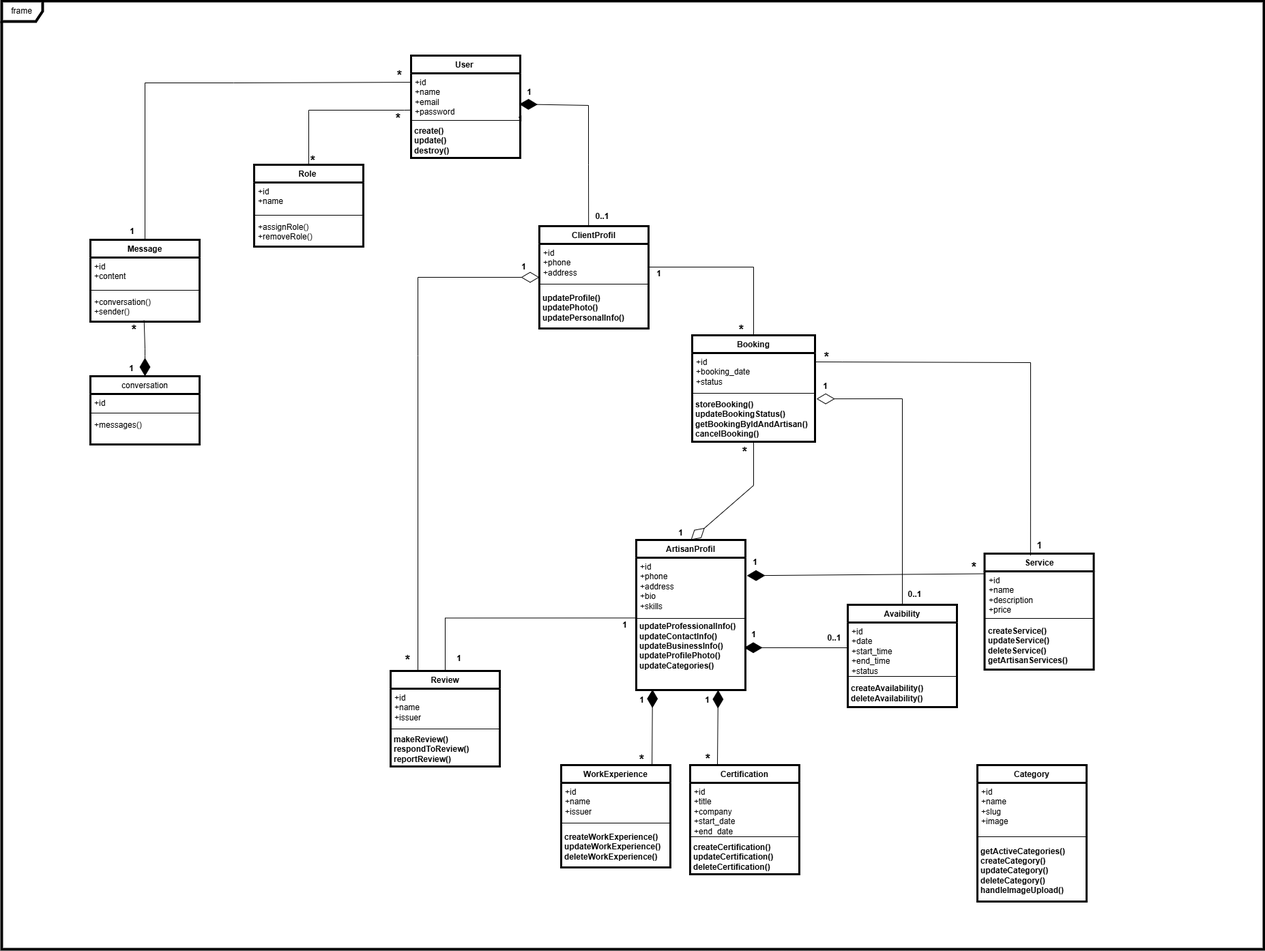
The draw.io diagram Documentation/Conception/Diagrammes UML/diagrammeClass.drawio.png in mohamedm999/TheMyArtisan, before a commit. Source tidied: cells renumbered, new cells last; positions are measured from the earlier drawing's top-left corner, leaving out a move shared by most shapes.
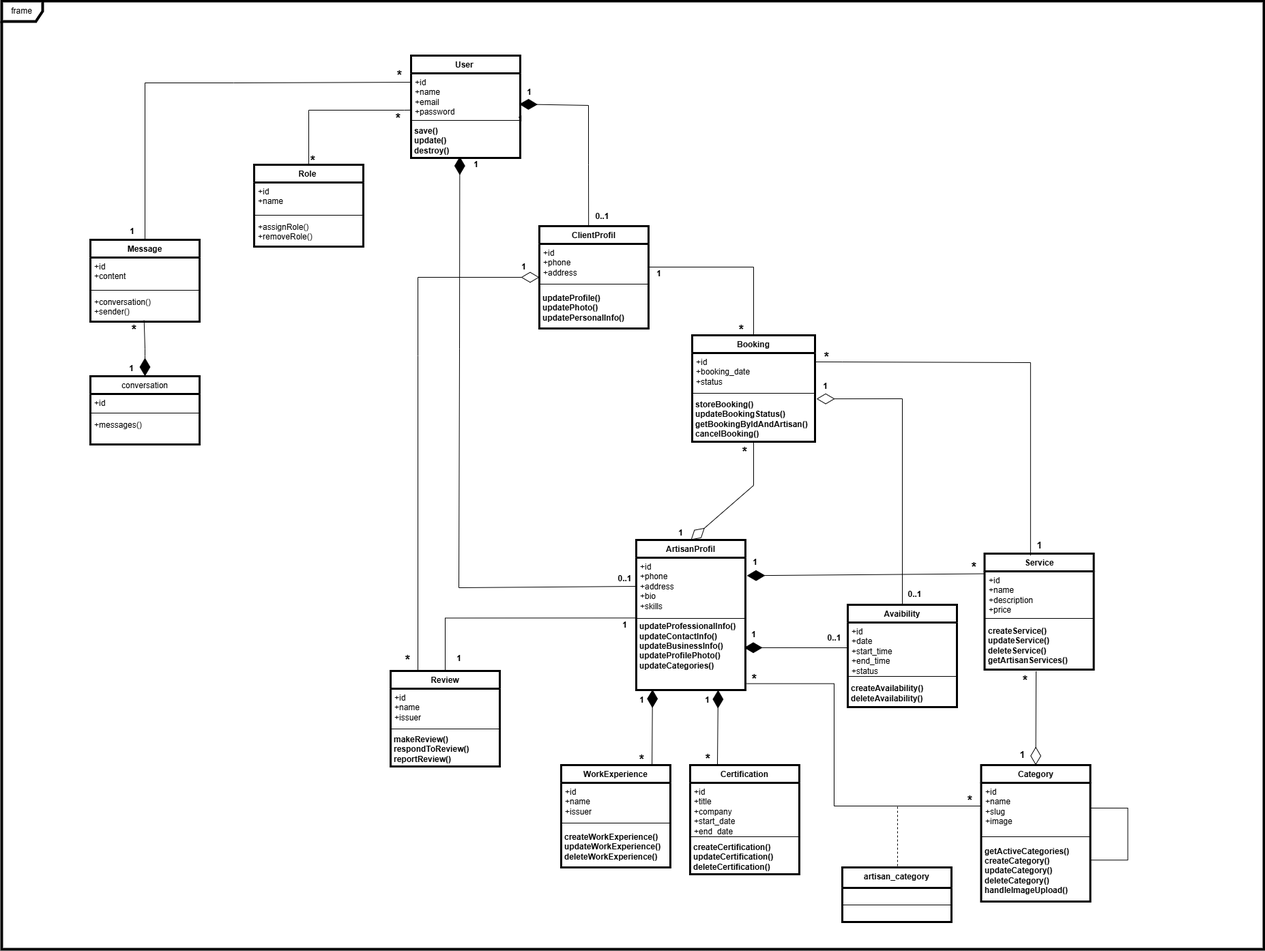
Above is the later version.

Change to the diagram source:
```diff
@@ -14,7 +14,7 @@
     <mxCell id="5" style="line;strokeWidth=1;fillColor=none;align=left;verticalAlign=middle;spacingTop=-1;spacingLeft=3;spacingRight=3;labelPosition=right;strokeColor=inherit;" parent="3" vertex="1">
       <mxGeometry y="90" width="160" height="10" as="geometry" />
     </mxCell>
-    <mxCell id="6" value="&lt;div&gt;create()&lt;/div&gt;&lt;div&gt;update()&lt;/div&gt;&lt;div&gt;destroy()&lt;/div&gt;" style="text;align=left;fontStyle=1;verticalAlign=middle;spacingLeft=3;spacingRight=3;strokeColor=none;points=[[0,0.5],[1,0.5]];portConstraint=eastwest;html=1;" parent="3" vertex="1">
+    <mxCell id="6" value="&lt;div&gt;save()&lt;/div&gt;&lt;div&gt;update()&lt;/div&gt;&lt;div&gt;destroy()&lt;/div&gt;" style="text;align=left;fontStyle=1;verticalAlign=middle;spacingLeft=3;spacingRight=3;strokeColor=none;points=[[0,0.5],[1,0.5]];portConstraint=eastwest;html=1;" parent="3" vertex="1">
       <mxGeometry y="100" width="160" height="50" as="geometry" />
     </mxCell>
     <mxCell id="7" value="Role&amp;nbsp;" style="swimlane;fontStyle=1;align=center;verticalAlign=top;horizontal=1;startSize=26;whiteSpace=wrap;html=1;strokeWidth=3;" parent="1" vertex="1">
@@ -328,7 +328,7 @@
       <mxGeometry x="748" y="124" width="50" height="20" as="geometry" />
     </mxCell>
     <mxCell id="94" value="Category" style="swimlane;fontStyle=1;align=center;verticalAlign=top;horizontal=1;startSize=26;whiteSpace=wrap;html=1;strokeWidth=3;" parent="1" vertex="1">
-      <mxGeometry x="1430" y="1120" width="160" height="200" as="geometry" />
+      <mxGeometry x="1435.5" y="1120" width="160" height="200" as="geometry" />
     </mxCell>
     <mxCell id="95" value="+id&amp;nbsp;&lt;div&gt;+name&lt;/div&gt;&lt;div&gt;+slug&lt;/div&gt;&lt;div&gt;+image&lt;/div&gt;" style="text;strokeColor=none;fillColor=none;align=left;verticalAlign=top;spacingLeft=4;spacingRight=4;overflow=hidden;points=[[0,0.5],[1,0.5]];portConstraint=eastwest;whiteSpace=wrap;html=1;" parent="94" vertex="1">
       <mxGeometry y="26" width="160" height="74" as="geometry" />
@@ -339,5 +339,63 @@
     <mxCell id="97" value="&lt;div&gt;getActiveCategories()&lt;/div&gt;&lt;div&gt;createCategory()&lt;/div&gt;&lt;div&gt;updateCategory()&lt;/div&gt;&lt;div&gt;deleteCategory()&lt;/div&gt;&lt;div&gt;handleImageUpload()&lt;/div&gt;" style="text;align=left;fontStyle=1;verticalAlign=middle;spacingLeft=3;spacingRight=3;strokeColor=none;points=[[0,0.5],[1,0.5]];portConstraint=eastwest;html=1;" parent="94" vertex="1">
       <mxGeometry y="110" width="160" height="90" as="geometry" />
     </mxCell>
+    <mxCell id="98" style="endArrow=none;html=1;edgeStyle=orthogonalEdgeStyle;rounded=0;exitX=1.004;exitY=0.325;exitDx=0;exitDy=0;exitPerimeter=0;entryX=1;entryY=0.5;entryDx=0;entryDy=0;" parent="94" edge="1" source="97" target="95">
+      <mxGeometry relative="1" as="geometry">
+        <Array as="points">
+          <mxPoint x="215" y="139" />
+          <mxPoint x="215" y="63" />
+        </Array>
+      </mxGeometry>
+    </mxCell>
+    <mxCell id="99" style="endArrow=diamondThin;endFill=0;endSize=24;html=1;rounded=0;exitX=0.472;exitY=1.035;exitDx=0;exitDy=0;exitPerimeter=0;entryX=0.5;entryY=0;entryDx=0;entryDy=0;" parent="1" edge="1" source="48" target="94">
+      <mxGeometry relative="1" as="geometry" />
+    </mxCell>
+    <mxCell id="100" value="*" style="text;align=center;fontStyle=1;verticalAlign=middle;spacingLeft=3;spacingRight=3;strokeColor=none;html=1;fontSize=19;" parent="1" vertex="1">
+      <mxGeometry x="1483" y="984" width="34" height="26" as="geometry" />
+    </mxCell>
+    <mxCell id="101" value="1" style="text;align=center;fontStyle=1;verticalAlign=middle;spacingLeft=3;spacingRight=3;strokeColor=none;html=1;fontSize=14;" parent="1" vertex="1">
+      <mxGeometry x="1483" y="1097" width="25" height="15" as="geometry" />
+    </mxCell>
+    <mxCell id="102" style="endArrow=none;html=1;edgeStyle=orthogonalEdgeStyle;rounded=0;fontSize=16;entryX=1.013;entryY=0.906;entryDx=0;entryDy=0;exitX=0;exitY=0.5;exitDx=0;exitDy=0;entryPerimeter=0;" parent="1" edge="1" source="95" target="31">
+      <mxGeometry relative="1" as="geometry">
+        <Array as="points">
+          <mxPoint x="1436" y="1180" />
+          <mxPoint x="1220" y="1180" />
+          <mxPoint x="1220" y="1001" />
+        </Array>
+      </mxGeometry>
+    </mxCell>
+    <mxCell id="103" value="*" style="text;align=center;fontStyle=1;verticalAlign=middle;spacingLeft=3;spacingRight=3;strokeColor=none;html=1;fontSize=19;" parent="1" vertex="1">
+      <mxGeometry x="1086" y="982" width="34" height="26" as="geometry" />
+    </mxCell>
+    <mxCell id="104" value="*" style="text;align=center;fontStyle=1;verticalAlign=middle;spacingLeft=3;spacingRight=3;strokeColor=none;html=1;fontSize=19;" parent="1" vertex="1">
+      <mxGeometry x="1401.5" y="1160" width="34" height="26" as="geometry" />
+    </mxCell>
+    <mxCell id="105" style="endArrow=none;dashed=1;html=1;rounded=0;fontSize=19;strokeWidth=1;" parent="1" edge="1">
+      <mxGeometry relative="1" as="geometry">
+        <mxPoint x="1313" y="1268" as="sourcePoint" />
+        <mxPoint x="1313" y="1178" as="targetPoint" />
+      </mxGeometry>
+    </mxCell>
+    <mxCell id="106" value="artisan_category" style="swimlane;fontStyle=1;align=center;verticalAlign=top;horizontal=1;startSize=30;whiteSpace=wrap;html=1;strokeWidth=3;" parent="1" vertex="1">
+      <mxGeometry x="1232" y="1270" width="160" height="80" as="geometry" />
+    </mxCell>
+    <mxCell id="107" style="line;strokeWidth=1;fillColor=none;align=left;verticalAlign=middle;spacingTop=-1;spacingLeft=3;spacingRight=3;labelPosition=right;strokeColor=inherit;" parent="106" vertex="1">
+      <mxGeometry y="30" width="160" height="50" as="geometry" />
+    </mxCell>
+    <mxCell id="108" style="endArrow=diamondThin;endFill=1;endSize=24;html=1;rounded=0;entryX=0.446;entryY=0.963;entryDx=0;entryDy=0;entryPerimeter=0;exitX=0;exitY=0.5;exitDx=0;exitDy=0;" parent="1" edge="1" source="29" target="6">
+      <mxGeometry relative="1" as="geometry">
+        <Array as="points">
+          <mxPoint x="670" y="860" />
+          <mxPoint x="671" y="510" />
+        </Array>
+      </mxGeometry>
+    </mxCell>
+    <mxCell id="109" value="1" style="text;align=center;fontStyle=1;verticalAlign=middle;spacingLeft=3;spacingRight=3;strokeColor=none;html=1;" parent="1" vertex="1">
+      <mxGeometry x="670" y="230" width="50" height="20" as="geometry" />
+    </mxCell>
+    <mxCell id="110" value="0..1" style="text;align=center;fontStyle=1;verticalAlign=middle;spacingLeft=3;spacingRight=3;strokeColor=none;html=1;" parent="1" vertex="1">
+      <mxGeometry x="873" y="834" width="80" height="26" as="geometry" />
+    </mxCell>
   </root>
 </mxGraphModel>
```
